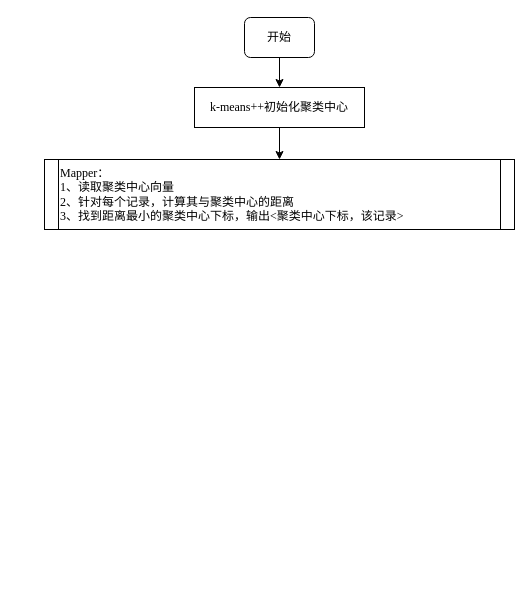
Above: Untitled Diagram.drawio in Hoemr/K-Means (draw.io), before the change. Source tidied: cells renumbered, new cells numbered last; positions are measured from the earlier drawing's top-left corner, leaving out a move shared by most shapes. Both pictures are drawn from the tidied source at 100%, with x=0, y=0 at pixel (44, 17).
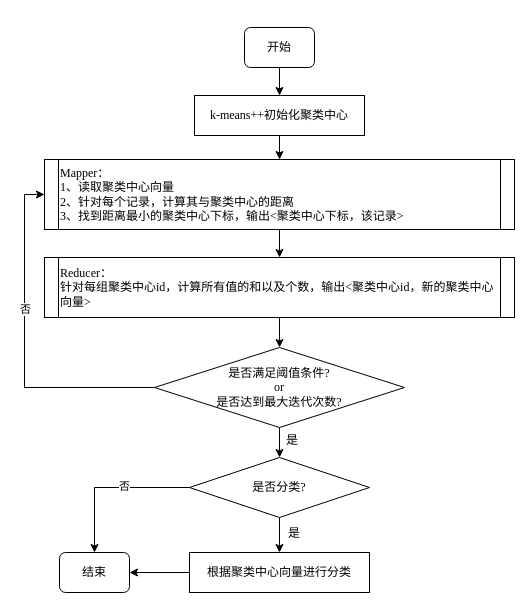
The same page after the edit.

The change refers to these unchanged cells:
```xml
<mxCell id="6" value="Mapper：&lt;br&gt;1、读取聚类中心向量&lt;br&gt;2、针对每个记录，计算其与聚类中心的距离&lt;br&gt;3、找到距离最小的聚类中心下标，输出&amp;lt;聚类中心下标，该记录&amp;gt;" style="shape=process;whiteSpace=wrap;html=1;backgroundOutline=1;fontFamily=Times New Roman;size=0.030303030303030304;align=left;" parent="1" vertex="1">
  <mxGeometry y="142" width="470" height="70" as="geometry" />
</mxCell>
```

The edit, as a diff of the source:
```diff
@@
     <mxCell id="3" value="开始" style="rounded=1;whiteSpace=wrap;html=1;fontSize=12;glass=0;strokeWidth=1;shadow=0;fontFamily=Times New Roman;" parent="1" vertex="1">
-      <mxGeometry x="200" width="70" height="40" as="geometry" />
+      <mxGeometry x="200" y="10" width="70" height="40" as="geometry" />
     </mxCell>
@@
     <mxCell id="5" value="k-means++初始化聚类中心" style="rounded=0;whiteSpace=wrap;html=1;fontFamily=Times New Roman;" parent="1" vertex="1">
-      <mxGeometry x="150" y="70" width="170" height="40" as="geometry" />
+      <mxGeometry x="150" y="78" width="170" height="40" as="geometry" />
     </mxCell>
+    <mxCell id="7" style="edgeStyle=orthogonalEdgeStyle;rounded=0;jettySize=auto;html=1;exitX=0.5;exitY=1;exitDx=0;exitDy=0;entryX=0.5;entryY=0;entryDx=0;entryDy=0;fontFamily=Times New Roman;" parent="1" edge="1" source="6" target="9">
+      <mxGeometry relative="1" as="geometry" />
+    </mxCell>
@@
+    <mxCell id="8" style="edgeStyle=orthogonalEdgeStyle;rounded=0;jettySize=auto;html=1;fontFamily=Times New Roman;" parent="1" edge="1" source="9" target="13">
+      <mxGeometry relative="1" as="geometry" />
+    </mxCell>
+    <mxCell id="9" value="Reducer：&lt;br&gt;针对每组聚类中心id，计算所有值的和以及个数，输出&amp;lt;聚类中心id，新的聚类中心向量&amp;gt;" style="shape=process;whiteSpace=wrap;html=1;backgroundOutline=1;fontFamily=Times New Roman;size=0.030303030303030304;align=left;" parent="1" vertex="1">
+      <mxGeometry y="240" width="470" height="60" as="geometry" />
+    </mxCell>
+    <mxCell id="10" style="edgeStyle=orthogonalEdgeStyle;rounded=0;jettySize=auto;html=1;exitX=0;exitY=0.5;exitDx=0;exitDy=0;entryX=0;entryY=0.5;entryDx=0;entryDy=0;fontFamily=Times New Roman;" parent="1" edge="1" source="13" target="6">
+      <mxGeometry relative="1" as="geometry" />
+    </mxCell>
+    <mxCell id="11" value="否" style="edgeLabel;html=1;align=center;verticalAlign=middle;fontFamily=Times New Roman;" parent="10" vertex="1">
+      <mxGeometry x="0.22" relative="1" as="geometry" />
+    </mxCell>
+    <mxCell id="12" style="edgeStyle=orthogonalEdgeStyle;rounded=0;jettySize=auto;html=1;fontFamily=Times New Roman;" parent="1" edge="1" source="13" target="17">
+      <mxGeometry relative="1" as="geometry" />
+    </mxCell>
+    <mxCell id="13" value="是否满足阈值条件?&lt;br&gt;or&lt;br&gt;&lt;div&gt;&lt;span&gt;是否达到最大迭代次数?&lt;/span&gt;&lt;/div&gt;" style="rhombus;whiteSpace=wrap;html=1;fontFamily=Times New Roman;align=center;" parent="1" vertex="1">
+      <mxGeometry x="110" y="330" width="250" height="80" as="geometry" />
+    </mxCell>
+    <mxCell id="14" style="edgeStyle=orthogonalEdgeStyle;rounded=0;jettySize=auto;html=1;fontFamily=Times New Roman;" parent="1" edge="1" source="17" target="20">
+      <mxGeometry relative="1" as="geometry" />
+    </mxCell>
+    <mxCell id="15" style="edgeStyle=orthogonalEdgeStyle;rounded=0;jettySize=auto;html=1;exitX=0;exitY=0.5;exitDx=0;exitDy=0;entryX=0.5;entryY=0;entryDx=0;entryDy=0;fontFamily=Times New Roman;" parent="1" edge="1" source="17" target="22">
+      <mxGeometry relative="1" as="geometry" />
+    </mxCell>
+    <mxCell id="16" value="否" style="edgeLabel;html=1;align=center;verticalAlign=middle;fontFamily=Times New Roman;" parent="15" vertex="1">
+      <mxGeometry x="-0.18" y="-2" relative="1" as="geometry" />
+    </mxCell>
+    <mxCell id="17" value="是否分类?" style="rhombus;whiteSpace=wrap;html=1;fontFamily=Times New Roman;" parent="1" vertex="1">
+      <mxGeometry x="145" y="440" width="180" height="60" as="geometry" />
+    </mxCell>
+    <mxCell id="18" value="是" style="text;html=1;strokeColor=none;fillColor=none;align=center;verticalAlign=middle;whiteSpace=wrap;rounded=0;fontFamily=Times New Roman;" parent="1" vertex="1">
+      <mxGeometry x="228" y="413" width="40" height="20" as="geometry" />
+    </mxCell>
+    <mxCell id="19" style="edgeStyle=orthogonalEdgeStyle;rounded=0;jettySize=auto;html=1;exitX=0;exitY=0.5;exitDx=0;exitDy=0;entryX=1;entryY=0.5;entryDx=0;entryDy=0;fontFamily=Times New Roman;" parent="1" edge="1" source="20" target="22">
+      <mxGeometry relative="1" as="geometry" />
+    </mxCell>
+    <mxCell id="20" value="根据聚类中心向量进行分类" style="whiteSpace=wrap;html=1;fontFamily=Times New Roman;" parent="1" vertex="1">
+      <mxGeometry x="145" y="535" width="180" height="40" as="geometry" />
+    </mxCell>
+    <mxCell id="21" value="是" style="text;html=1;strokeColor=none;fillColor=none;align=center;verticalAlign=middle;whiteSpace=wrap;rounded=0;fontFamily=Times New Roman;" parent="1" vertex="1">
+      <mxGeometry x="230" y="506" width="40" height="20" as="geometry" />
+    </mxCell>
+    <mxCell id="22" value="结束" style="rounded=1;whiteSpace=wrap;html=1;fontSize=12;glass=0;strokeWidth=1;shadow=0;fontFamily=Times New Roman;" parent="1" vertex="1">
+      <mxGeometry x="15" y="535" width="70" height="40" as="geometry" />
+    </mxCell>
```
